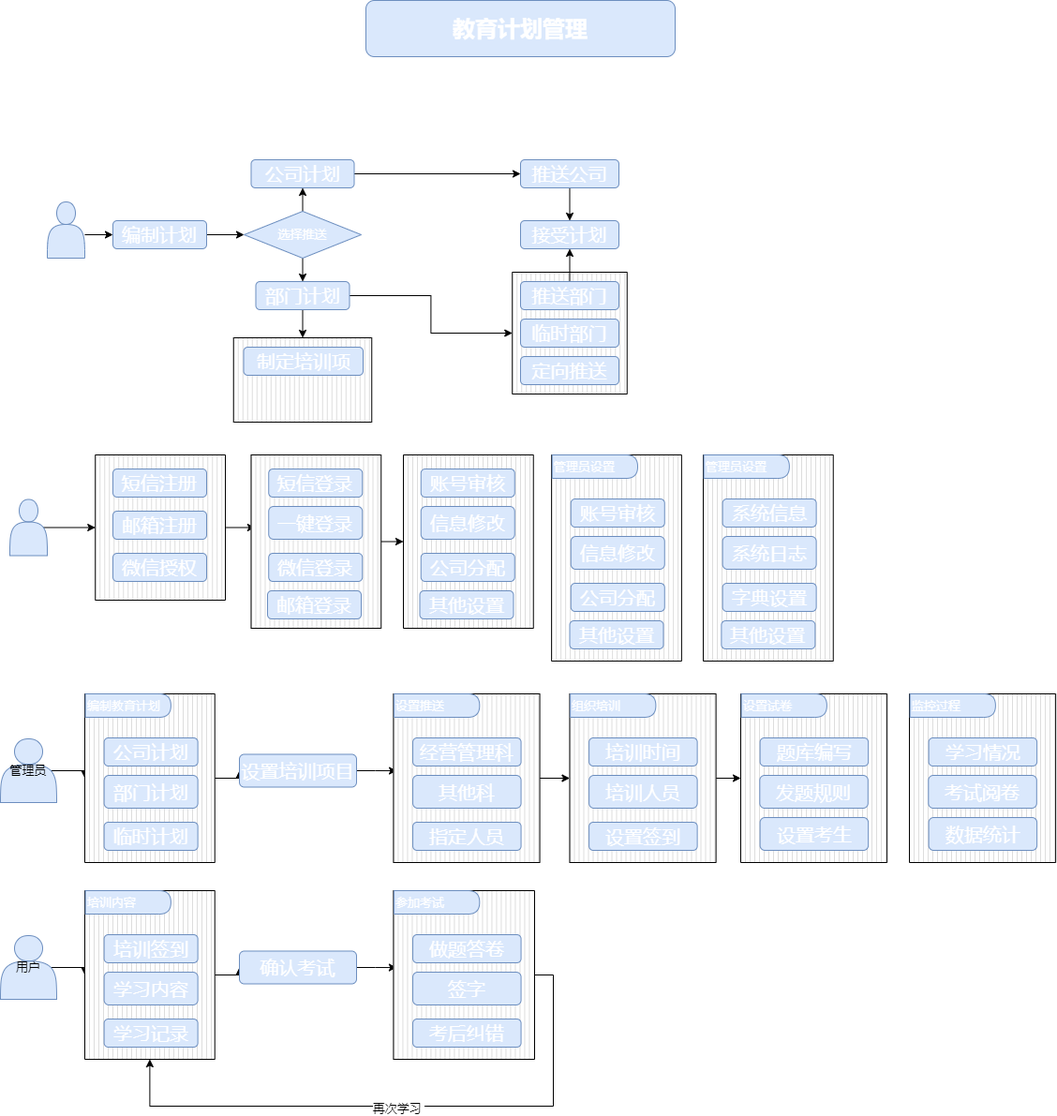
Earlier version of the draw.io export Untitled Diagram.drawio.png (lenonjone/Toolkits). Source tidied: cells renumbered, new cells last; positions are measured from the earlier drawing's top-left corner, leaving out a move shared by most shapes.
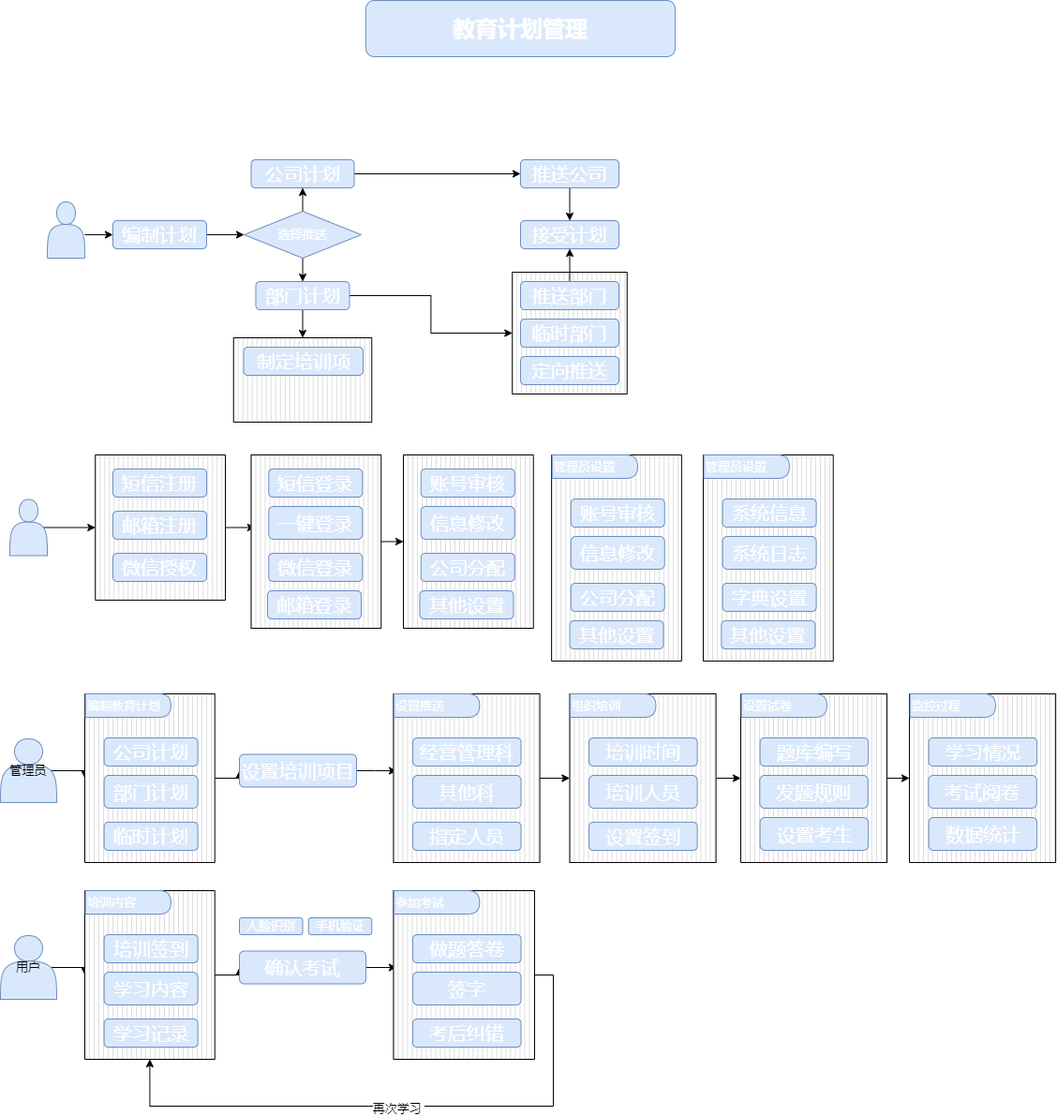
After the commit.

What changed in the source:
```diff
@@ -229,6 +229,9 @@
     <mxCell id="76" value="组织培训" style="shape=delay;whiteSpace=wrap;html=1;fontSize=13;align=left;fillColor=#dae8fc;strokeColor=#6c8ebf;fontColor=#FFFFFF;" parent="1" vertex="1">
       <mxGeometry x="608.1" y="740" width="91.2" height="25" as="geometry" />
     </mxCell>
+    <mxCell id="104" style="edgeStyle=orthogonalEdgeStyle;rounded=0;jettySize=auto;html=1;exitX=1;exitY=0.5;exitDx=0;exitDy=0;exitPerimeter=0;entryX=0;entryY=0.5;entryDx=0;entryDy=0;entryPerimeter=0;fontSize=13;fontColor=#000000;" parent="1" edge="1" source="77" target="99">
+      <mxGeometry relative="1" as="geometry" />
+    </mxCell>
     <mxCell id="77" style="verticalLabelPosition=bottom;verticalAlign=top;html=1;shape=mxgraph.basic.patternFillRect;fillStyle=vert;step=5;fillStrokeWidth=0.2;fillStrokeColor=#dddddd;fontSize=13;fontColor=#FFFFFF;" parent="1" vertex="1">
       <mxGeometry x="790" y="740" width="156.1" height="180" as="geometry" />
     </mxCell>
@@ -272,7 +275,7 @@
       <mxGeometry relative="1" as="geometry" />
     </mxCell>
     <mxCell id="91" value="确认考试" style="rounded=1;whiteSpace=wrap;html=1;fillColor=#dae8fc;strokeColor=#6c8ebf;fontColor=#FFFFFF;fontStyle=0;fontSize=20;" parent="1" vertex="1">
-      <mxGeometry x="255" y="1014.5" width="125" height="35" as="geometry" />
+      <mxGeometry x="255" y="1014.5" width="135" height="35" as="geometry" />
     </mxCell>
     <mxCell id="92" style="edgeStyle=orthogonalEdgeStyle;rounded=0;jettySize=auto;html=1;exitX=1;exitY=0.5;exitDx=0;exitDy=0;exitPerimeter=0;entryX=0.5;entryY=1;entryDx=0;entryDy=0;entryPerimeter=0;fontSize=13;fontColor=#FFFFFF;" parent="1" edge="1" source="94" target="85">
       <mxGeometry relative="1" as="geometry">
@@ -316,5 +319,11 @@
     <mxCell id="103" value="数据统计" style="rounded=1;whiteSpace=wrap;html=1;fillColor=#dae8fc;strokeColor=#6c8ebf;fontColor=#FFFFFF;fontStyle=0;fontSize=20;" parent="1" vertex="1">
       <mxGeometry x="990.6" y="872" width="115.5" height="35" as="geometry" />
     </mxCell>
+    <mxCell id="105" value="手机验证" style="rounded=1;whiteSpace=wrap;html=1;fillColor=#dae8fc;strokeColor=#6c8ebf;fontColor=#FFFFFF;fontStyle=0;fontSize=13;" parent="1" vertex="1">
+      <mxGeometry x="328.8" y="979" width="67.5" height="18" as="geometry" />
+    </mxCell>
+    <mxCell id="106" value="人脸识别" style="rounded=1;whiteSpace=wrap;html=1;fillColor=#dae8fc;strokeColor=#6c8ebf;fontColor=#FFFFFF;fontStyle=0;fontSize=13;" parent="1" vertex="1">
+      <mxGeometry x="255" y="979" width="67.5" height="18" as="geometry" />
+    </mxCell>
   </root>
 </mxGraphModel>
```
